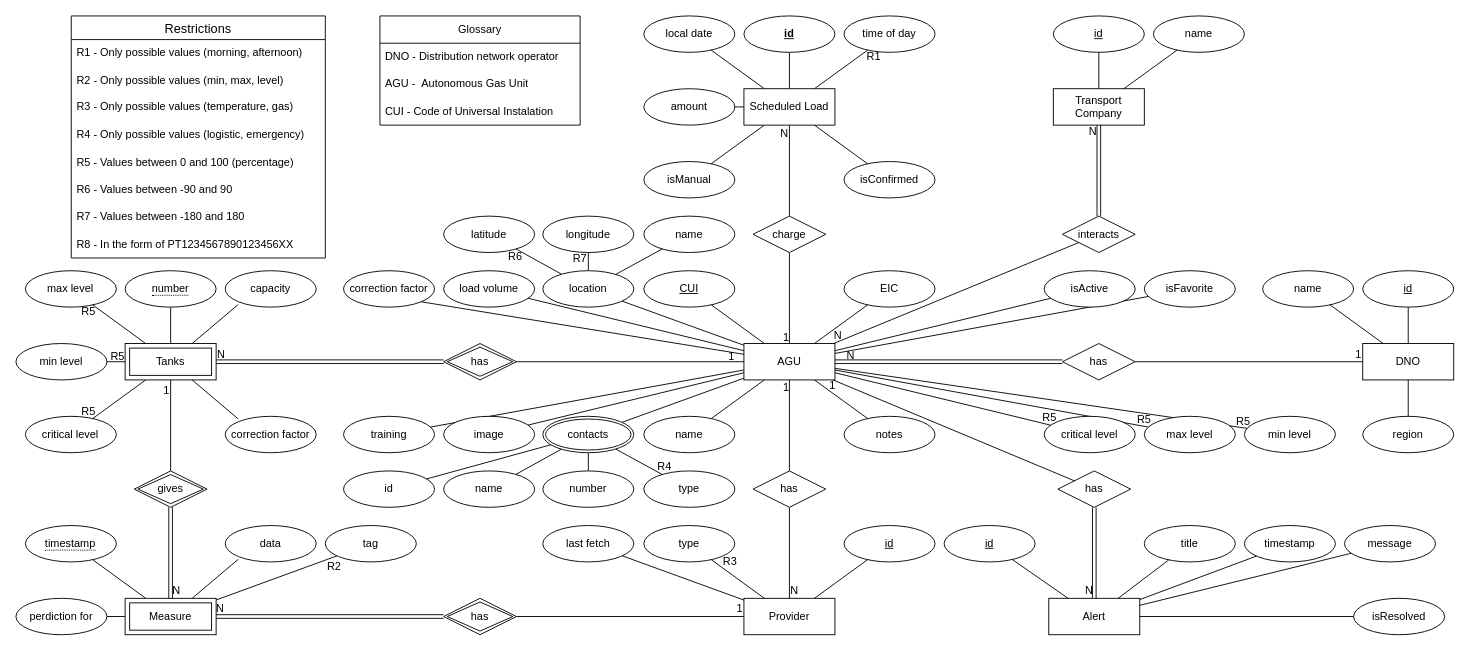
This is page "EA" (2 of 5) of docs/AGU-diagrams.drawio from AGU-Data-System/AGU-Data-System, a draw.io file, before an edit. Source tidied: cells renumbered, new cells numbered last; positions are measured from the earlier drawing's top-left corner, leaving out a move shared by most shapes. Both pictures are drawn from the tidied source at 91%, with x=0, y=0 at pixel (15, 15).
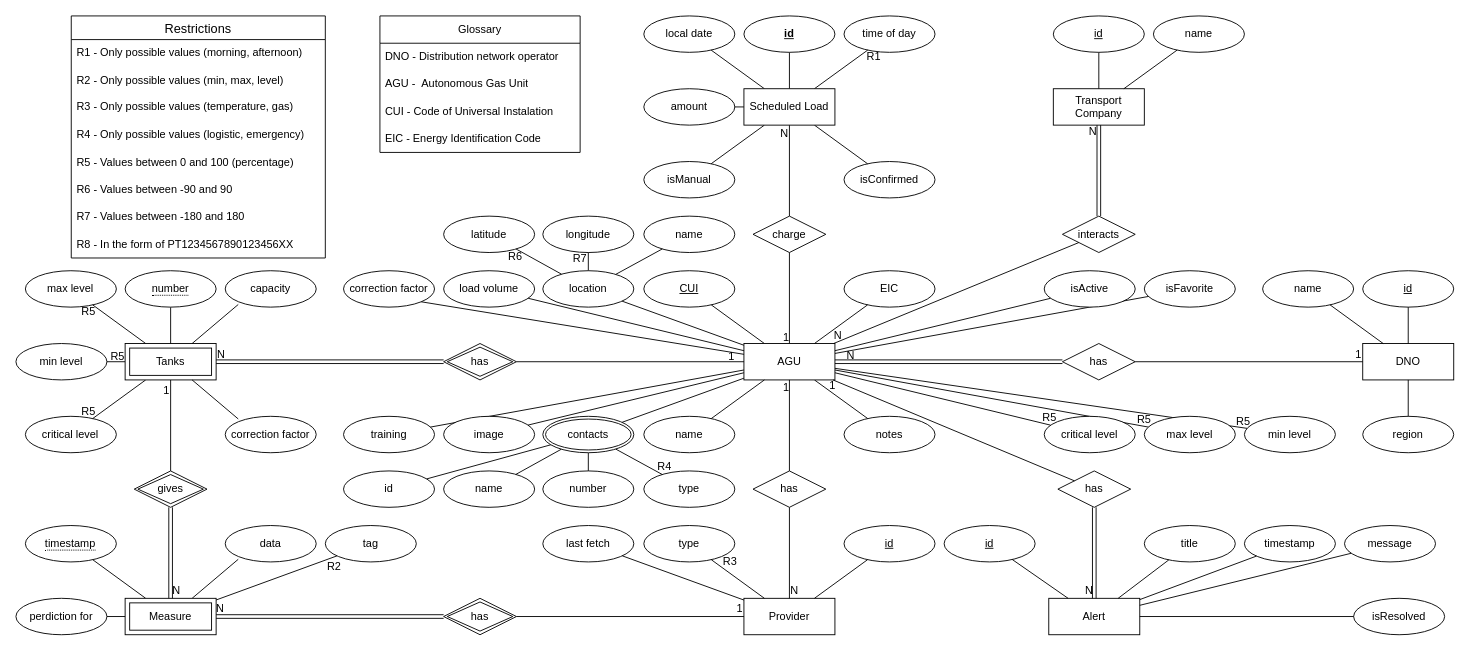
Above is the later version.

The edit, as a diff of the source:
```diff
@@
     <mxCell id="121" value="Glossary" style="swimlane;fontStyle=0;horizontal=1;startSize=30;whiteSpace=wrap;html=1;" parent="1" vertex="1">
-      <mxGeometry x="400" width="220" height="120" as="geometry" />
+      <mxGeometry x="400" width="220" height="150" as="geometry" />
     </mxCell>
@@
+    <mxCell id="177" value="EIC - Energy Identification Code" style="text;strokeColor=none;fillColor=none;align=left;verticalAlign=middle;spacingLeft=4;spacingRight=4;overflow=hidden;whiteSpace=wrap;html=1;" parent="121" vertex="1">
+      <mxGeometry y="120" width="220" height="30" as="geometry" />
+    </mxCell>
```
